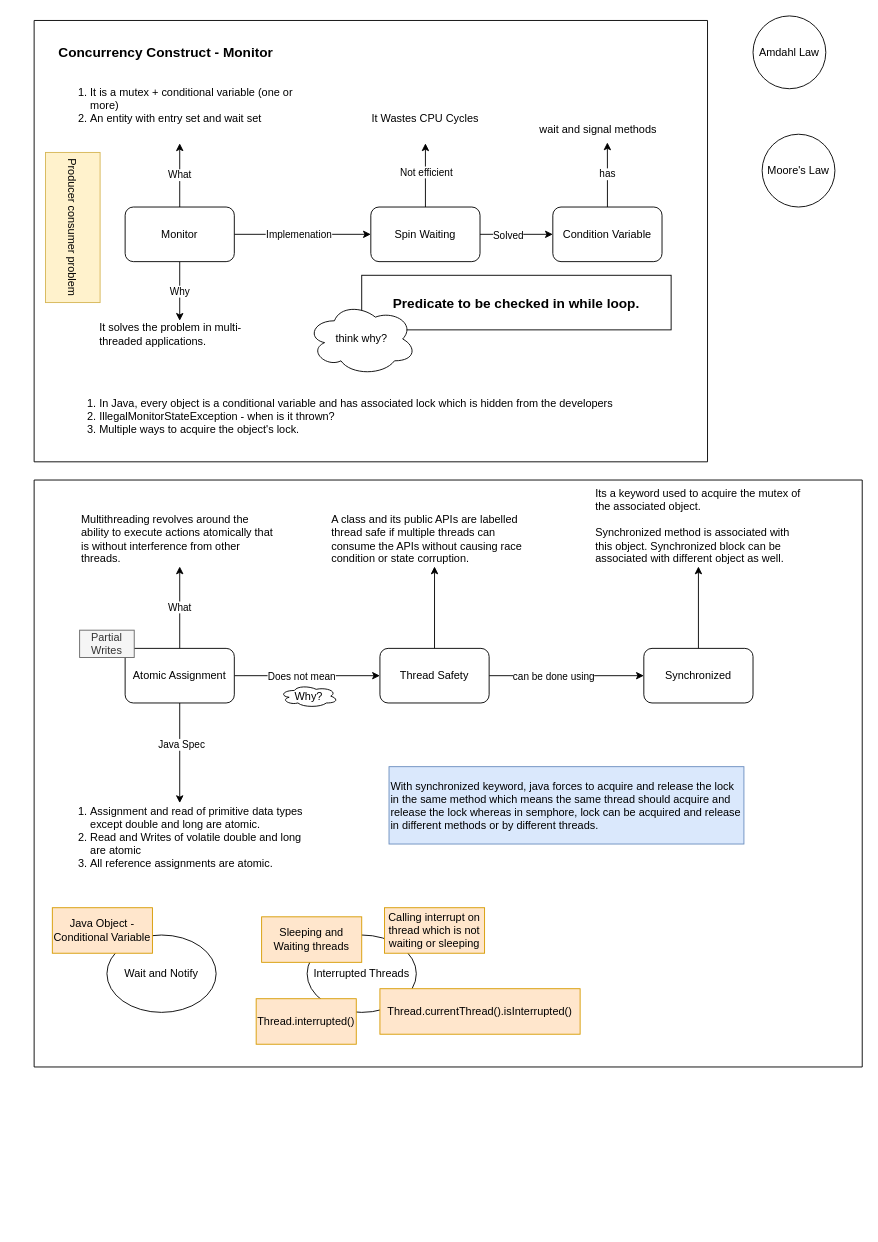
balaprojects/graphical_notes keeps this draw.io diagram as multithreading-java.drawio. Above is the earlier version. Source tidied: cells renumbered, new cells numbered last; positions are measured from the earlier drawing's top-left corner, leaving out a move shared by most shapes. Both pictures are drawn from the tidied source at 91%, with x=0, y=0 at pixel (-3, 15).
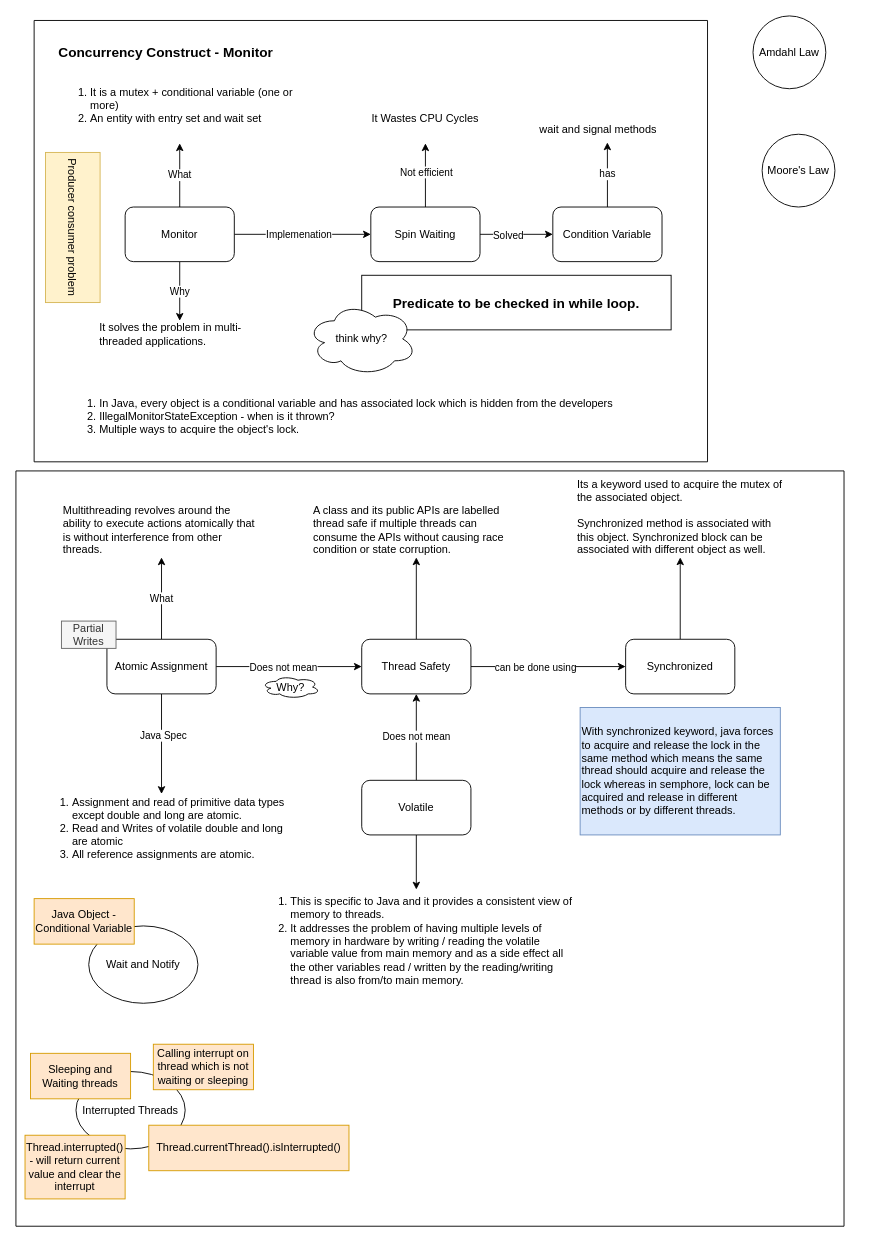
The same page after the edit.

Unchanged cells that the change refers to:
```xml
<mxCell id="37" value="Thread Safety" style="rounded=1;whiteSpace=wrap;html=1;" parent="26" vertex="1">
  <mxGeometry x="380" y="185" width="120" height="60" as="geometry" />
</mxCell>
```

What changed in the source:
```diff
@@
     <mxCell id="26" style="swimlane;startSize=0;" parent="1" vertex="1">
-      <mxGeometry x="40" y="510" width="910" height="645" as="geometry" />
+      <mxGeometry x="20" y="500" width="910" height="830" as="geometry" />
     </mxCell>
@@
     <mxCell id="45" value="With synchronized keyword, java forces to acquire and release the lock in the same method which means the same thread should acquire and release the lock whereas in semphore, lock can be acquired and release in different methods or by different threads." style="text;html=1;align=left;verticalAlign=middle;whiteSpace=wrap;rounded=0;fillColor=#dae8fc;strokeColor=#6c8ebf;" parent="26" vertex="1">
-      <mxGeometry x="390" y="315" width="390" height="85" as="geometry" />
+      <mxGeometry x="620" y="260" width="220" height="140" as="geometry" />
     </mxCell>
@@
     <mxCell id="48" value="Interrupted Threads" style="ellipse;whiteSpace=wrap;html=1;" parent="26" vertex="1">
-      <mxGeometry x="300" y="500" width="120" height="85" as="geometry" />
+      <mxGeometry x="66" y="660" width="120" height="85" as="geometry" />
     </mxCell>
     <mxCell id="49" value="Sleeping and Waiting threads" style="text;html=1;align=center;verticalAlign=middle;whiteSpace=wrap;rounded=0;fillColor=#ffe6cc;strokeColor=#d79b00;" parent="26" vertex="1">
-      <mxGeometry x="250" y="480" width="110" height="50" as="geometry" />
+      <mxGeometry x="16" y="640" width="110" height="50" as="geometry" />
     </mxCell>
-    <mxCell id="50" value="Thread.interrupted()" style="text;html=1;align=center;verticalAlign=middle;whiteSpace=wrap;rounded=0;fillColor=#ffe6cc;strokeColor=#d79b00;" parent="26" vertex="1">
-      <mxGeometry x="244" y="570" width="110" height="50" as="geometry" />
+    <mxCell id="50" value="Thread.interrupted() - will return current value and clear the interrupt" style="text;html=1;align=center;verticalAlign=middle;whiteSpace=wrap;rounded=0;fillColor=#ffe6cc;strokeColor=#d79b00;" parent="26" vertex="1">
+      <mxGeometry x="10" y="730" width="110" height="70" as="geometry" />
     </mxCell>
     <mxCell id="51" value="Thread.currentThread().isInterrupted()" style="text;html=1;align=center;verticalAlign=middle;whiteSpace=wrap;rounded=0;fillColor=#ffe6cc;strokeColor=#d79b00;" parent="26" vertex="1">
-      <mxGeometry x="380" y="559" width="220" height="50" as="geometry" />
+      <mxGeometry x="146" y="719" width="220" height="50" as="geometry" />
     </mxCell>
     <mxCell id="52" value="Calling interrupt on thread which is not waiting or sleeping" style="text;html=1;align=center;verticalAlign=middle;whiteSpace=wrap;rounded=0;fillColor=#ffe6cc;strokeColor=#d79b00;" parent="26" vertex="1">
-      <mxGeometry x="385" y="470" width="110" height="50" as="geometry" />
+      <mxGeometry x="151" y="630" width="110" height="50" as="geometry" />
     </mxCell>
+    <mxCell id="53" value="Does not mean" style="edgeStyle=orthogonalEdgeStyle;rounded=0;jettySize=auto;html=1;entryX=0.5;entryY=1;entryDx=0;entryDy=0;" parent="26" edge="1" source="55" target="37">
+      <mxGeometry relative="1" as="geometry" />
+    </mxCell>
+    <mxCell id="54" style="edgeStyle=orthogonalEdgeStyle;rounded=0;jettySize=auto;html=1;" parent="26" edge="1" source="55" target="56">
+      <mxGeometry relative="1" as="geometry" />
+    </mxCell>
+    <mxCell id="55" value="Volatile" style="rounded=1;whiteSpace=wrap;html=1;" parent="26" vertex="1">
+      <mxGeometry x="380" y="340" width="120" height="60" as="geometry" />
+    </mxCell>
+    <mxCell id="56" value="&lt;div&gt;&lt;br&gt;&lt;/div&gt;&lt;div&gt;&lt;br&gt;&lt;/div&gt;&lt;div&gt;&lt;br&gt;&lt;/div&gt;&lt;ol&gt;&lt;li&gt;This is specific to Java and it provides a consistent view of memory to threads.&lt;/li&gt;&lt;li&gt;It addresses the problem of having multiple levels of memory in hardware by writing / reading the volatile variable value from main memory and as a side effect all the other variables read / written by the reading/writing thread is also from/to main memory.&lt;/li&gt;&lt;/ol&gt;" style="text;html=1;align=left;verticalAlign=middle;whiteSpace=wrap;rounded=0;" parent="26" vertex="1">
+      <mxGeometry x="260" y="460" width="360" height="70" as="geometry" />
+    </mxCell>
```
